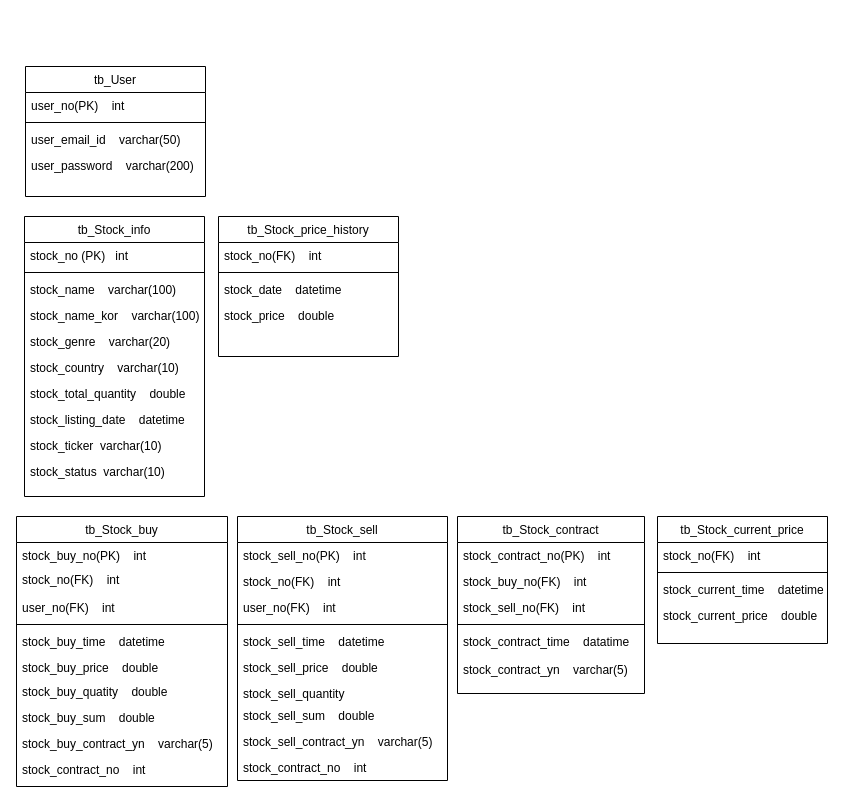
This is stockERD.drawio from kmg4376/hello-world, a draw.io file, before an edit. Source tidied: cells renumbered, new cells numbered last; positions are measured from the earlier drawing's top-left corner, leaving out a move shared by most shapes. Both pictures are drawn from the tidied source at 100%, with x=0, y=0 at pixel (16, 66).
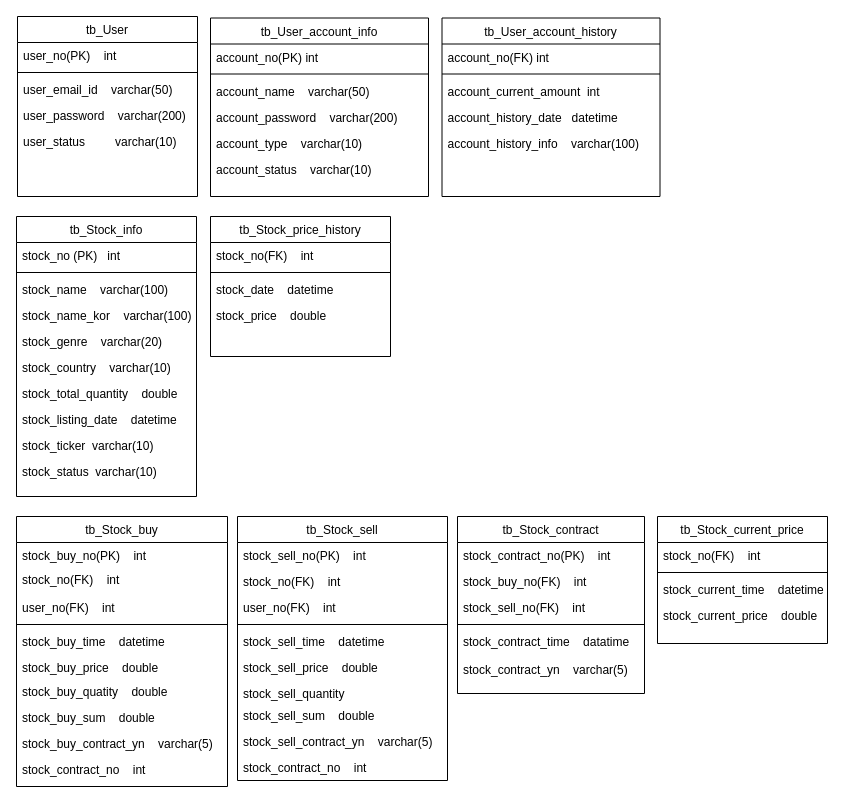
The same page after the edit.

Diff of the diagram source:
```diff
@@
     <mxCell id="2" value="tb_User" style="swimlane;fontStyle=0;align=center;verticalAlign=top;horizontal=1;startSize=26;rounded=0;shadow=0;strokeWidth=1;" parent="1" vertex="1">
-      <mxGeometry x="9" width="180" height="130" as="geometry" />
+      <mxGeometry x="1" y="-50" width="180" height="180" as="geometry" />
     </mxCell>
@@
+    <mxCell id="57" value="user_status         varchar(10)" style="text;align=left;verticalAlign=top;spacingLeft=4;spacingRight=4;overflow=hidden;" parent="2" vertex="1">
+      <mxGeometry y="112" width="180" height="26" as="geometry" />
+    </mxCell>
     <mxCell id="7" value="tb_Stock_price_history" style="swimlane;fontStyle=0;align=center;verticalAlign=top;horizontal=1;startSize=26;rounded=0;shadow=0;strokeWidth=1;" parent="1" vertex="1">
-      <mxGeometry x="202" y="150" width="180" height="140" as="geometry" />
+      <mxGeometry x="194" y="150" width="180" height="140" as="geometry" />
     </mxCell>
@@
     <mxCell id="12" value="tb_Stock_info" style="swimlane;fontStyle=0;align=center;verticalAlign=top;horizontal=1;startSize=26;rounded=0;shadow=0;strokeWidth=1;" parent="1" vertex="1">
-      <mxGeometry x="8" y="150" width="180" height="280" as="geometry" />
+      <mxGeometry y="150" width="180" height="280" as="geometry" />
     </mxCell>
@@
+    <mxCell id="58" value="tb_User_account_info" style="swimlane;fontStyle=0;align=center;verticalAlign=top;horizontal=1;startSize=26;rounded=0;shadow=0;strokeWidth=1;" parent="1" vertex="1">
+      <mxGeometry x="194" y="-48.5" width="218" height="178.5" as="geometry" />
+    </mxCell>
+    <mxCell id="59" value="account_no(PK) int" style="text;align=left;verticalAlign=top;spacingLeft=4;spacingRight=4;overflow=hidden;" parent="58" vertex="1">
+      <mxGeometry y="26" width="218" height="26" as="geometry" />
+    </mxCell>
+    <mxCell id="60" style="line;html=1;strokeWidth=1;align=left;verticalAlign=middle;spacingTop=-1;spacingLeft=3;spacingRight=3;labelPosition=right;" parent="58" vertex="1">
+      <mxGeometry y="52" width="218" height="8" as="geometry" />
+    </mxCell>
+    <mxCell id="61" value="account_name    varchar(50)" style="text;align=left;verticalAlign=top;spacingLeft=4;spacingRight=4;overflow=hidden;" parent="58" vertex="1">
+      <mxGeometry y="60" width="218" height="26" as="geometry" />
+    </mxCell>
+    <mxCell id="62" value="account_password    varchar(200)" style="text;align=left;verticalAlign=top;spacingLeft=4;spacingRight=4;overflow=hidden;" parent="58" vertex="1">
+      <mxGeometry y="86" width="218" height="26" as="geometry" />
+    </mxCell>
+    <mxCell id="63" value="account_type    varchar(10)" style="text;align=left;verticalAlign=top;spacingLeft=4;spacingRight=4;overflow=hidden;" parent="58" vertex="1">
+      <mxGeometry y="112" width="218" height="26" as="geometry" />
+    </mxCell>
+    <mxCell id="64" value="account_status    varchar(10)" style="text;align=left;verticalAlign=top;spacingLeft=4;spacingRight=4;overflow=hidden;" parent="58" vertex="1">
+      <mxGeometry y="138" width="218" height="26" as="geometry" />
+    </mxCell>
+    <mxCell id="65" value="tb_User_account_history" style="swimlane;fontStyle=0;align=center;verticalAlign=top;horizontal=1;startSize=26;rounded=0;shadow=0;strokeWidth=1;" parent="1" vertex="1">
+      <mxGeometry x="425.5" y="-48.5" width="218" height="178.5" as="geometry" />
+    </mxCell>
+    <mxCell id="66" value="account_no(FK) int" style="text;align=left;verticalAlign=top;spacingLeft=4;spacingRight=4;overflow=hidden;" parent="65" vertex="1">
+      <mxGeometry y="26" width="218" height="26" as="geometry" />
+    </mxCell>
+    <mxCell id="67" style="line;html=1;strokeWidth=1;align=left;verticalAlign=middle;spacingTop=-1;spacingLeft=3;spacingRight=3;labelPosition=right;" parent="65" vertex="1">
+      <mxGeometry y="52" width="218" height="8" as="geometry" />
+    </mxCell>
+    <mxCell id="68" value="account_current_amount  int" style="text;align=left;verticalAlign=top;spacingLeft=4;spacingRight=4;overflow=hidden;" parent="65" vertex="1">
+      <mxGeometry y="60" width="218" height="26" as="geometry" />
+    </mxCell>
+    <mxCell id="69" value="account_history_date   datetime" style="text;align=left;verticalAlign=top;spacingLeft=4;spacingRight=4;overflow=hidden;" parent="65" vertex="1">
+      <mxGeometry y="86" width="218" height="26" as="geometry" />
+    </mxCell>
+    <mxCell id="70" value="account_history_info    varchar(100)" style="text;align=left;verticalAlign=top;spacingLeft=4;spacingRight=4;overflow=hidden;" parent="65" vertex="1">
+      <mxGeometry y="112" width="218" height="26" as="geometry" />
+    </mxCell>
```
